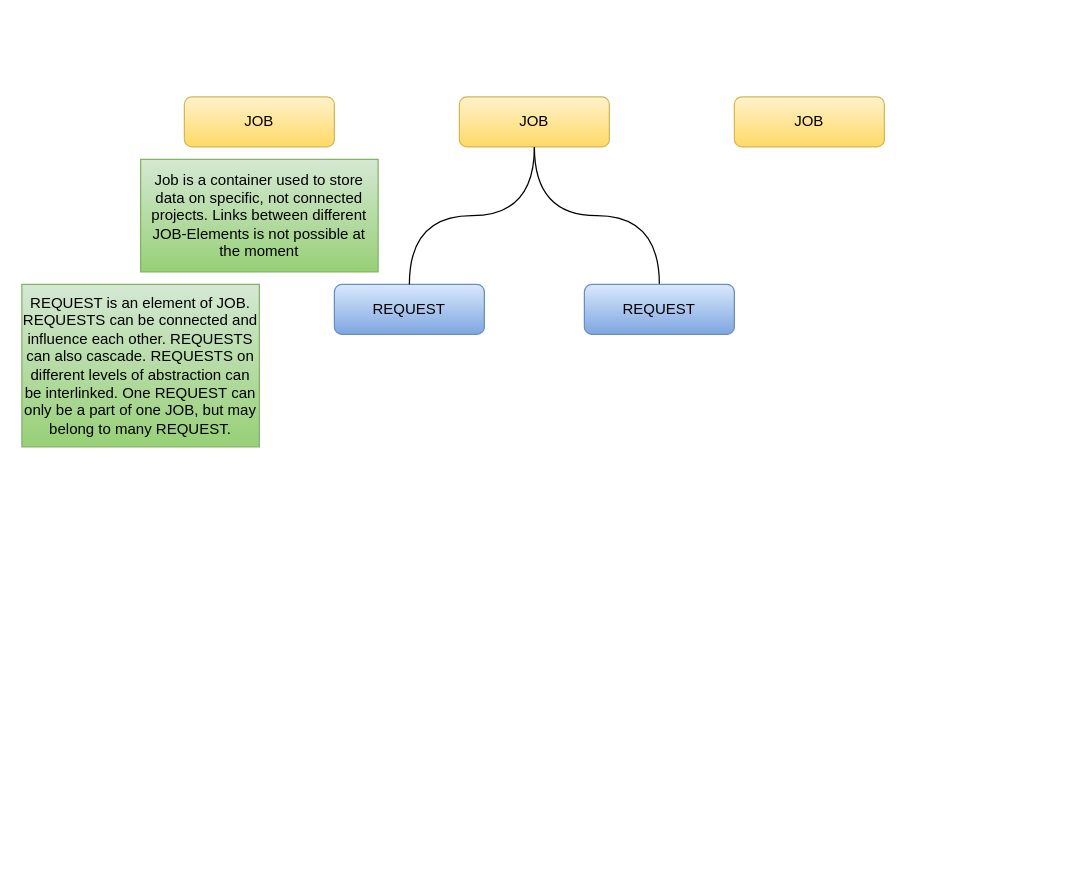
The draw.io diagram HWrd-Tracker.drawio in Oleks0ir/helloworld, before the edit. Source tidied: cells renumbered, new cells numbered last; positions are measured from the earlier drawing's top-left corner, leaving out a move shared by most shapes. Both pictures are drawn from the tidied source at 125%, with x=0, y=0 at pixel (21, 96).
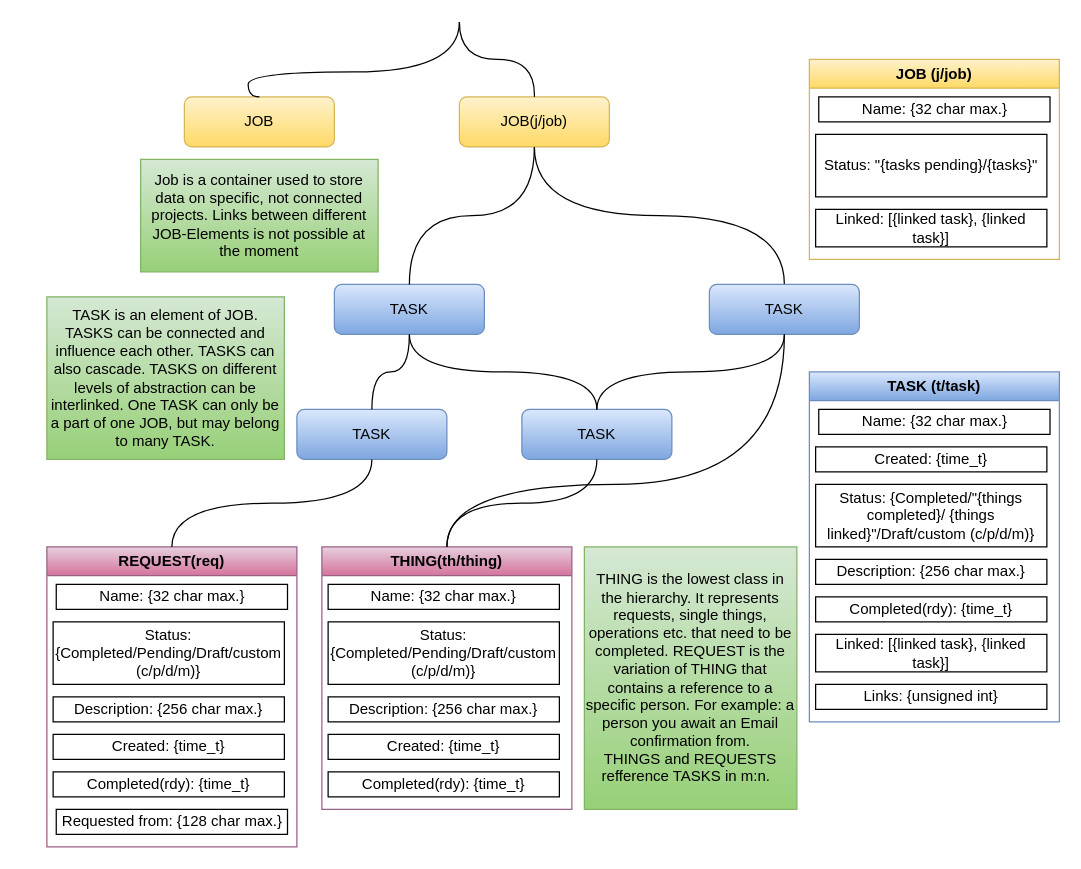
The same page after the edit.

The change refers to these unchanged cells:
```xml
<mxCell id="5" value="JOB" style="rounded=1;whiteSpace=wrap;html=1;fillColor=#fff2cc;strokeColor=#d6b656;gradientColor=#ffd966;" parent="1" vertex="1">
  <mxGeometry x="130" width="120" height="40" as="geometry" />
</mxCell>
```

Change to the diagram source:
```diff
@@
-    <mxCell id="3" value="JOB" style="rounded=1;whiteSpace=wrap;html=1;fillColor=#fff2cc;strokeColor=#d6b656;gradientColor=#ffd966;" parent="1" vertex="1">
+    <mxCell id="3" value="JOB(j/job)" style="rounded=1;whiteSpace=wrap;html=1;fillColor=#fff2cc;strokeColor=#d6b656;gradientColor=#ffd966;" parent="1" vertex="1">
       <mxGeometry x="350" width="120" height="40" as="geometry" />
     </mxCell>
-    <mxCell id="4" value="JOB" style="rounded=1;whiteSpace=wrap;html=1;fillColor=#fff2cc;strokeColor=#d6b656;gradientColor=#ffd966;" parent="1" vertex="1">
-      <mxGeometry x="570" width="120" height="40" as="geometry" />
-    </mxCell>
@@
-    <mxCell id="7" value="REQUEST" style="rounded=1;whiteSpace=wrap;html=1;fillColor=#dae8fc;gradientColor=#7ea6e0;strokeColor=#6c8ebf;" parent="1" vertex="1">
+    <mxCell id="7" value="TASK" style="rounded=1;whiteSpace=wrap;html=1;fillColor=#dae8fc;gradientColor=#7ea6e0;strokeColor=#6c8ebf;" parent="1" vertex="1">
       <mxGeometry x="250" y="150" width="120" height="40" as="geometry" />
     </mxCell>
@@
-    <mxCell id="9" value="REQUEST" style="rounded=1;whiteSpace=wrap;html=1;fillColor=#dae8fc;gradientColor=#7ea6e0;strokeColor=#6c8ebf;" parent="1" vertex="1">
-      <mxGeometry x="450" y="150" width="120" height="40" as="geometry" />
+    <mxCell id="9" value="TASK" style="rounded=1;whiteSpace=wrap;html=1;fillColor=#dae8fc;gradientColor=#7ea6e0;strokeColor=#6c8ebf;" parent="1" vertex="1">
+      <mxGeometry x="550" y="150" width="120" height="40" as="geometry" />
     </mxCell>
-    <mxCell id="10" value="REQUEST is an element of JOB. REQUESTS can be connected and influence each other. REQUESTS can also cascade. REQUESTS on different levels of abstraction can be interlinked. One REQUEST can only be a part of one JOB, but may belong to many REQUEST." style="rounded=0;whiteSpace=wrap;html=1;fillColor=#d5e8d4;gradientColor=#97d077;strokeColor=#82b366;" parent="1" vertex="1">
-      <mxGeometry y="150" width="190" height="130" as="geometry" />
+    <mxCell id="10" value="TASK is an element of JOB. TASKS can be connected and influence each other. TASKS can also cascade. TASKS on different levels of abstraction can be interlinked. One TASK can only be a part of one JOB, but may belong to many TASK." style="rounded=0;whiteSpace=wrap;html=1;fillColor=#d5e8d4;gradientColor=#97d077;strokeColor=#82b366;" parent="1" vertex="1">
+      <mxGeometry x="20" y="160" width="190" height="130" as="geometry" />
     </mxCell>
+    <mxCell id="11" value="TASK" style="rounded=1;whiteSpace=wrap;html=1;fillColor=#dae8fc;gradientColor=#7ea6e0;strokeColor=#6c8ebf;" parent="1" vertex="1">
+      <mxGeometry x="400" y="250" width="120" height="40" as="geometry" />
+    </mxCell>
+    <mxCell id="12" style="edgeStyle=orthogonalEdgeStyle;rounded=0;jettySize=auto;html=1;curved=1;endArrow=none;endFill=0;exitX=0.5;exitY=1;exitDx=0;exitDy=0;entryX=0.5;entryY=0;entryDx=0;entryDy=0;" parent="1" edge="1" source="7" target="11">
+      <mxGeometry relative="1" as="geometry" />
+    </mxCell>
+    <mxCell id="13" value="TASK" style="rounded=1;whiteSpace=wrap;html=1;fillColor=#dae8fc;gradientColor=#7ea6e0;strokeColor=#6c8ebf;" parent="1" vertex="1">
+      <mxGeometry x="220" y="250" width="120" height="40" as="geometry" />
+    </mxCell>
+    <mxCell id="14" style="edgeStyle=orthogonalEdgeStyle;rounded=0;jettySize=auto;html=1;curved=1;endArrow=none;endFill=0;entryX=0.5;entryY=0;entryDx=0;entryDy=0;exitX=0.5;exitY=1;exitDx=0;exitDy=0;" parent="1" edge="1" source="7" target="13">
+      <mxGeometry relative="1" as="geometry" />
+    </mxCell>
+    <mxCell id="15" style="edgeStyle=orthogonalEdgeStyle;rounded=0;jettySize=auto;html=1;curved=1;endArrow=none;endFill=0;exitX=0.5;exitY=1;exitDx=0;exitDy=0;entryX=0.5;entryY=0;entryDx=0;entryDy=0;" parent="1" edge="1" source="9" target="11">
+      <mxGeometry relative="1" as="geometry" />
+    </mxCell>
+    <mxCell id="16" value="REQUEST(req)" style="swimlane;whiteSpace=wrap;html=1;fillColor=#e6d0de;gradientColor=#d5739d;strokeColor=#996185;" parent="1" vertex="1">
+      <mxGeometry x="20" y="360" width="200" height="240" as="geometry" />
+    </mxCell>
+    <mxCell id="17" value="Created: {time_t}" style="rounded=0;whiteSpace=wrap;html=1;" parent="16" vertex="1">
+      <mxGeometry x="5" y="150" width="185" height="20" as="geometry" />
+    </mxCell>
+    <mxCell id="18" value="Status: {Completed/Pending/Draft/custom (c/p/d/m)}" style="rounded=0;whiteSpace=wrap;html=1;align=center;" parent="16" vertex="1">
+      <mxGeometry x="5" y="60" width="185" height="50" as="geometry" />
+    </mxCell>
+    <mxCell id="19" value="Completed(rdy): {time_t}" style="rounded=0;whiteSpace=wrap;html=1;" parent="16" vertex="1">
+      <mxGeometry x="5" y="180" width="185" height="20" as="geometry" />
+    </mxCell>
+    <mxCell id="20" value="Description: {256 char max.}" style="rounded=0;whiteSpace=wrap;html=1;" parent="16" vertex="1">
+      <mxGeometry x="5" y="120" width="185" height="20" as="geometry" />
+    </mxCell>
+    <mxCell id="21" value="Name: {32 char max.}" style="rounded=0;whiteSpace=wrap;html=1;" parent="16" vertex="1">
+      <mxGeometry x="7.5" y="30" width="185" height="20" as="geometry" />
+    </mxCell>
+    <mxCell id="22" value="Requested from: {128 char max.}" style="rounded=0;whiteSpace=wrap;html=1;" parent="16" vertex="1">
+      <mxGeometry x="7.5" y="210" width="185" height="20" as="geometry" />
+    </mxCell>
+    <mxCell id="23" style="edgeStyle=orthogonalEdgeStyle;rounded=0;jettySize=auto;html=1;curved=1;endArrow=none;endFill=0;entryX=0.5;entryY=0;entryDx=0;entryDy=0;exitX=0.5;exitY=1;exitDx=0;exitDy=0;" parent="1" edge="1" source="13" target="16">
+      <mxGeometry relative="1" as="geometry" />
+    </mxCell>
+    <mxCell id="24" value="THING(th/thing)" style="swimlane;whiteSpace=wrap;html=1;fillColor=#e6d0de;gradientColor=#d5739d;strokeColor=#996185;startSize=23;" parent="1" vertex="1">
+      <mxGeometry x="240" y="360" width="200" height="210" as="geometry" />
+    </mxCell>
+    <mxCell id="25" value="Status: {Completed/Pending/Draft/custom (c/p/d/m)}" style="rounded=0;whiteSpace=wrap;html=1;align=center;" parent="24" vertex="1">
+      <mxGeometry x="5" y="60" width="185" height="50" as="geometry" />
+    </mxCell>
+    <mxCell id="26" value="Completed(rdy): {time_t}" style="rounded=0;whiteSpace=wrap;html=1;" parent="24" vertex="1">
+      <mxGeometry x="5" y="180" width="185" height="20" as="geometry" />
+    </mxCell>
+    <mxCell id="27" value="Description: {256 char max.}" style="rounded=0;whiteSpace=wrap;html=1;" parent="24" vertex="1">
+      <mxGeometry x="5" y="120" width="185" height="20" as="geometry" />
+    </mxCell>
+    <mxCell id="28" value="Name: {32 char max.}" style="rounded=0;whiteSpace=wrap;html=1;" parent="24" vertex="1">
+      <mxGeometry x="5" y="30" width="185" height="20" as="geometry" />
+    </mxCell>
+    <mxCell id="29" value="Created: {time_t}" style="rounded=0;whiteSpace=wrap;html=1;" parent="24" vertex="1">
+      <mxGeometry x="5" y="150" width="185" height="20" as="geometry" />
+    </mxCell>
+    <mxCell id="30" style="edgeStyle=orthogonalEdgeStyle;rounded=0;jettySize=auto;html=1;curved=1;endArrow=none;endFill=0;entryX=0.5;entryY=0;entryDx=0;entryDy=0;exitX=0.5;exitY=1;exitDx=0;exitDy=0;" parent="1" edge="1" source="11" target="24">
+      <mxGeometry relative="1" as="geometry" />
+    </mxCell>
+    <mxCell id="31" value="TASK (t/task&lt;span style=&quot;background-color: transparent; color: light-dark(rgb(0, 0, 0), rgb(255, 255, 255));&quot;&gt;)&lt;/span&gt;" style="swimlane;whiteSpace=wrap;html=1;fillColor=#dae8fc;gradientColor=#7ea6e0;strokeColor=#6c8ebf;startSize=23;" parent="1" vertex="1">
+      <mxGeometry x="630" y="220" width="200" height="280" as="geometry" />
+    </mxCell>
+    <mxCell id="32" value="Created: {time_t}" style="rounded=0;whiteSpace=wrap;html=1;" parent="31" vertex="1">
+      <mxGeometry x="5" y="60" width="185" height="20" as="geometry" />
+    </mxCell>
+    <mxCell id="33" value="Status: {Completed/&quot;{things completed}/ {things linked}&quot;/Draft/custom (c/p/d/m)}" style="rounded=0;whiteSpace=wrap;html=1;align=center;" parent="31" vertex="1">
+      <mxGeometry x="5" y="90" width="185" height="50" as="geometry" />
+    </mxCell>
+    <mxCell id="34" value="Completed(rdy): {time_t}" style="rounded=0;whiteSpace=wrap;html=1;" parent="31" vertex="1">
+      <mxGeometry x="5" y="180" width="185" height="20" as="geometry" />
+    </mxCell>
+    <mxCell id="35" value="Description: {256 char max.}" style="rounded=0;whiteSpace=wrap;html=1;" parent="31" vertex="1">
+      <mxGeometry x="5" y="150" width="185" height="20" as="geometry" />
+    </mxCell>
+    <mxCell id="36" value="Name: {32 char max.}" style="rounded=0;whiteSpace=wrap;html=1;" parent="31" vertex="1">
+      <mxGeometry x="7.5" y="30" width="185" height="20" as="geometry" />
+    </mxCell>
+    <mxCell id="37" value="Linked: [{linked task}, {linked task}]" style="rounded=0;whiteSpace=wrap;html=1;" parent="31" vertex="1">
+      <mxGeometry x="5" y="210" width="185" height="30" as="geometry" />
+    </mxCell>
+    <mxCell id="38" value="Links: {unsigned int}" style="rounded=0;whiteSpace=wrap;html=1;" parent="31" vertex="1">
+      <mxGeometry x="5" y="250" width="185" height="20" as="geometry" />
+    </mxCell>
+    <mxCell id="39" style="edgeStyle=orthogonalEdgeStyle;rounded=0;jettySize=auto;html=1;curved=1;endArrow=none;endFill=0;exitX=0.5;exitY=1;exitDx=0;exitDy=0;entryX=0.5;entryY=0;entryDx=0;entryDy=0;" parent="1" edge="1" source="9" target="24">
+      <mxGeometry relative="1" as="geometry">
+        <Array as="points">
+          <mxPoint x="610" y="310" />
+          <mxPoint x="340" y="310" />
+        </Array>
+      </mxGeometry>
+    </mxCell>
+    <mxCell id="40" value="THING is the lowest class in the hierarchy. It represents requests, single things, operations etc. that need to be completed. REQUEST is the variation of THING that contains a reference to a specific person. For example: a person you await an Email confirmation from.&lt;div&gt;THINGS and REQUESTS refference TASKS in m:n.&amp;nbsp;&amp;nbsp;&lt;/div&gt;" style="rounded=0;whiteSpace=wrap;html=1;fillColor=#d5e8d4;gradientColor=#97d077;strokeColor=#82b366;" parent="1" vertex="1">
+      <mxGeometry x="450" y="360" width="170" height="210" as="geometry" />
+    </mxCell>
+    <mxCell id="41" value="JOB (j/job)" style="swimlane;whiteSpace=wrap;html=1;fillColor=#fff2cc;gradientColor=#ffd966;strokeColor=#d6b656;startSize=23;" parent="1" vertex="1">
+      <mxGeometry x="630" y="-30" width="200" height="160" as="geometry" />
+    </mxCell>
+    <mxCell id="42" value="Status: &quot;{tasks pending}/{tasks}&quot;" style="rounded=0;whiteSpace=wrap;html=1;align=center;" parent="41" vertex="1">
+      <mxGeometry x="5" y="60" width="185" height="50" as="geometry" />
+    </mxCell>
+    <mxCell id="43" value="Name: {32 char max.}" style="rounded=0;whiteSpace=wrap;html=1;" parent="41" vertex="1">
+      <mxGeometry x="7.5" y="30" width="185" height="20" as="geometry" />
+    </mxCell>
+    <mxCell id="44" value="Linked: [{linked task}, {linked task}]" style="rounded=0;whiteSpace=wrap;html=1;" parent="41" vertex="1">
+      <mxGeometry x="5" y="120" width="185" height="30" as="geometry" />
+    </mxCell>
+    <mxCell id="45" style="edgeStyle=orthogonalEdgeStyle;rounded=0;jettySize=auto;html=1;curved=1;endArrow=none;endFill=0;entryX=0.5;entryY=0;entryDx=0;entryDy=0;" parent="1" edge="1" target="5">
+      <mxGeometry relative="1" as="geometry">
+        <mxPoint x="350" y="-60" as="sourcePoint" />
+        <Array as="points">
+          <mxPoint x="350" y="-20" />
+          <mxPoint x="181" y="-20" />
+          <mxPoint x="181" />
+        </Array>
+      </mxGeometry>
+    </mxCell>
+    <mxCell id="46" style="edgeStyle=orthogonalEdgeStyle;rounded=0;jettySize=auto;html=1;curved=1;endArrow=none;endFill=0;entryX=0.5;entryY=0;entryDx=0;entryDy=0;" parent="1" edge="1" target="3">
+      <mxGeometry relative="1" as="geometry">
+        <mxPoint x="350" y="-60" as="sourcePoint" />
+        <Array as="points">
+          <mxPoint x="350" y="-30" />
+          <mxPoint x="411" y="-30" />
+          <mxPoint x="411" />
+        </Array>
+      </mxGeometry>
+    </mxCell>
```
